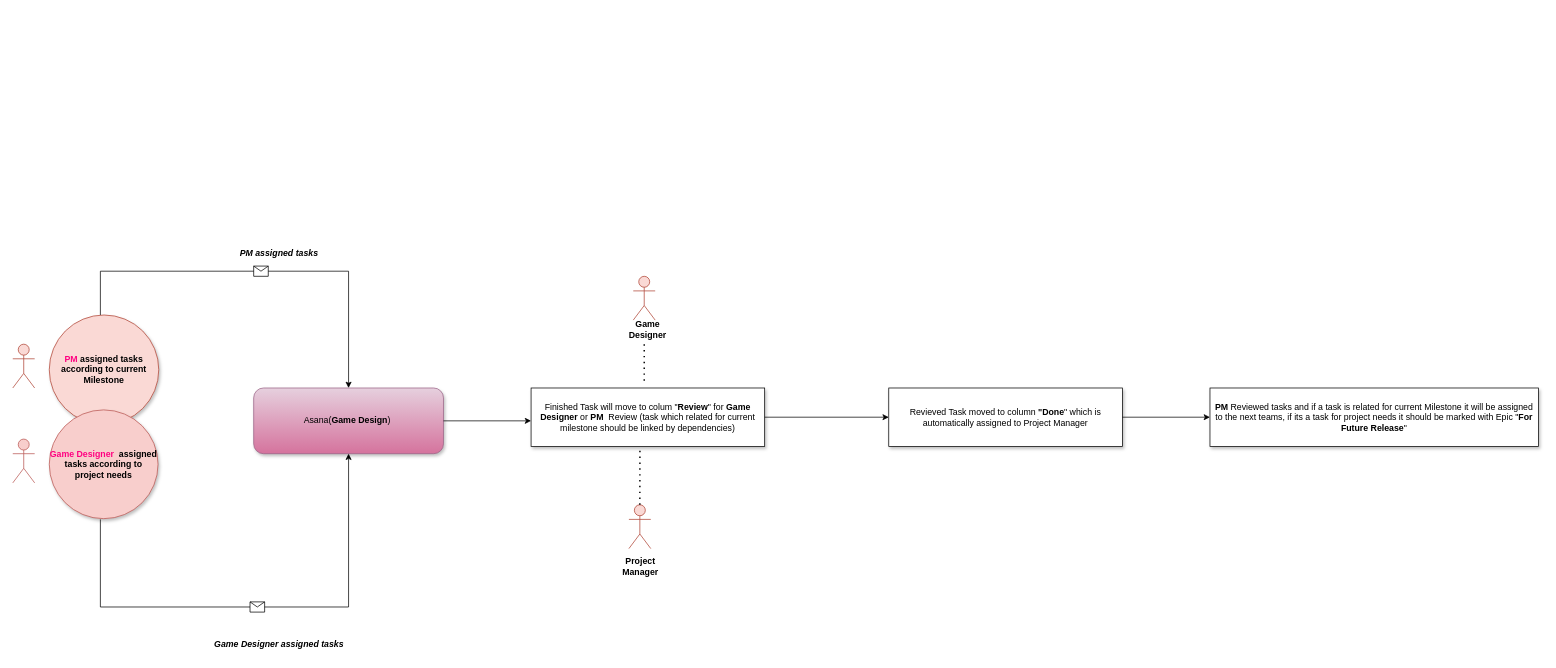
This is Game Design Diagram.drawio from annastazi09/blog, a draw.io file, before an edit. Source tidied: cells renumbered, new cells numbered last; positions are measured from the earlier drawing's top-left corner, leaving out a move shared by most shapes. Both pictures are drawn from the tidied source at 73%, with x=0, y=0 at pixel (12, 242).
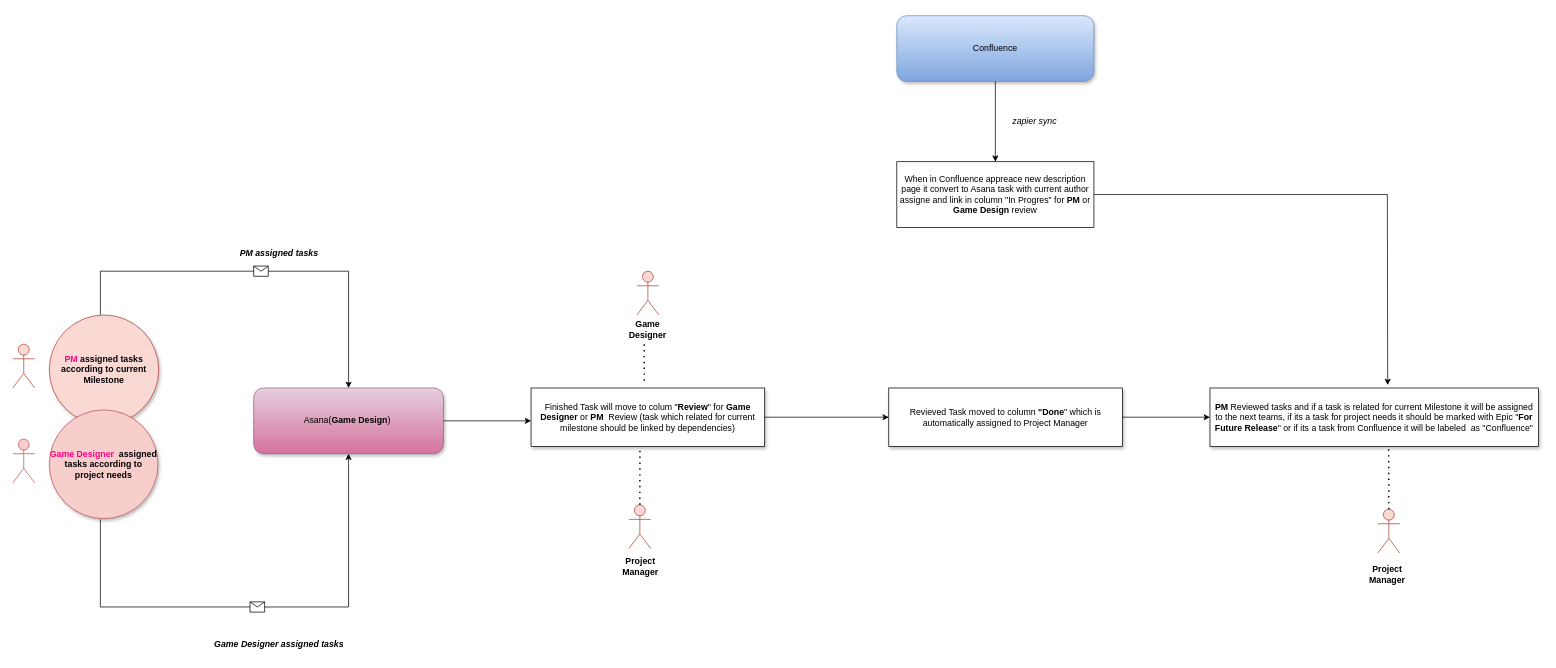
Above is the later version.

The edit, as a diff of the source:
```diff
@@
-    <mxCell id="11" value="&lt;b&gt;PM &lt;/b&gt;Reviewed tasks and if a task is related for current Milestone it will be assigned to the next teams, if its a task for project needs it should be marked with Epic &quot;&lt;b&gt;For Future Release&lt;/b&gt;&quot;" style="rounded=0;whiteSpace=wrap;html=1;shadow=1;" parent="1" vertex="1">
+    <mxCell id="11" value="&lt;b&gt;PM &lt;/b&gt;Reviewed tasks and if a task is related for current Milestone it will be assigned to the next teams, if its a task for project needs it should be marked with Epic &quot;&lt;b&gt;For Future Release&lt;/b&gt;&quot; or if its a task from Confluence it will be labeled&amp;nbsp; as &quot;Confluence&quot;" style="rounded=0;whiteSpace=wrap;html=1;shadow=1;" parent="1" vertex="1">
       <mxGeometry x="1640" y="200" width="450" height="80" as="geometry" />
     </mxCell>
@@
     <mxCell id="19" value="Actor" style="shape=umlActor;verticalLabelPosition=bottom;verticalAlign=top;html=1;noLabel=1;fillColor=#fad9d5;strokeColor=#ae4132;" parent="1" vertex="1">
-      <mxGeometry x="850" y="47" width="30" height="60" as="geometry" />
+      <mxGeometry x="855" y="40" width="30" height="60" as="geometry" />
     </mxCell>
@@
+    <mxCell id="25" value="Confluence" style="rounded=1;whiteSpace=wrap;html=1;fillColor=#dae8fc;strokeColor=#6c8ebf;shadow=1;gradientColor=#7ea6e0;" parent="1" vertex="1">
+      <mxGeometry x="1211" y="-310" width="270" height="90" as="geometry" />
+    </mxCell>
+    <mxCell id="26" value="When in Confluence appreace new description page it convert to Asana task with current author assigne and link in column &quot;In Progres&quot; for &lt;b&gt;PM &lt;/b&gt;or &lt;b&gt;Game Design&lt;/b&gt; review" style="rounded=0;whiteSpace=wrap;html=1;" parent="1" vertex="1">
+      <mxGeometry x="1211" y="-110" width="270" height="90" as="geometry" />
+    </mxCell>
+    <mxCell id="27" style="endArrow=classic;html=1;rounded=0;exitX=0.5;exitY=1;exitDx=0;exitDy=0;entryX=0.5;entryY=0;entryDx=0;entryDy=0;" parent="1" edge="1" source="25" target="26">
+      <mxGeometry relative="1" as="geometry" />
+    </mxCell>
+    <mxCell id="28" value="Actor" style="shape=umlActor;verticalLabelPosition=bottom;verticalAlign=top;html=1;outlineConnect=0;noLabel=1;fillColor=#fad9d5;strokeColor=#ae4132;" parent="1" vertex="1">
+      <mxGeometry x="1870" y="366" width="30" height="60" as="geometry" />
+    </mxCell>
+    <mxCell id="29" style="endArrow=classic;html=1;rounded=0;exitX=1;exitY=0.5;exitDx=0;exitDy=0;entryX=0.541;entryY=-0.05;entryDx=0;entryDy=0;entryPerimeter=0;" parent="1" edge="1" source="26" target="11">
+      <mxGeometry relative="1" as="geometry">
+        <Array as="points">
+          <mxPoint x="1883" y="-65" />
+        </Array>
+      </mxGeometry>
+    </mxCell>
+    <mxCell id="30" value="&lt;b&gt;Project Manager&lt;/b&gt;" style="text;html=1;strokeColor=none;fillColor=none;align=center;verticalAlign=middle;whiteSpace=wrap;rounded=0;" parent="1" vertex="1">
+      <mxGeometry x="1853" y="440" width="60" height="30" as="geometry" />
+    </mxCell>
+    <mxCell id="31" style="endArrow=none;dashed=1;html=1;dashPattern=1 3;strokeWidth=2;rounded=0;exitX=0.5;exitY=0;exitDx=0;exitDy=0;exitPerimeter=0;entryX=0.544;entryY=1.05;entryDx=0;entryDy=0;entryPerimeter=0;" parent="1" edge="1" source="28" target="11">
+      <mxGeometry relative="1" as="geometry" />
+    </mxCell>
+    <mxCell id="32" value="&lt;i&gt;zapier sync&lt;/i&gt;" style="text;html=1;strokeColor=none;fillColor=none;align=center;verticalAlign=middle;whiteSpace=wrap;rounded=0;" parent="1" vertex="1">
+      <mxGeometry x="1360" y="-180" width="80" height="30" as="geometry" />
+    </mxCell>
```
